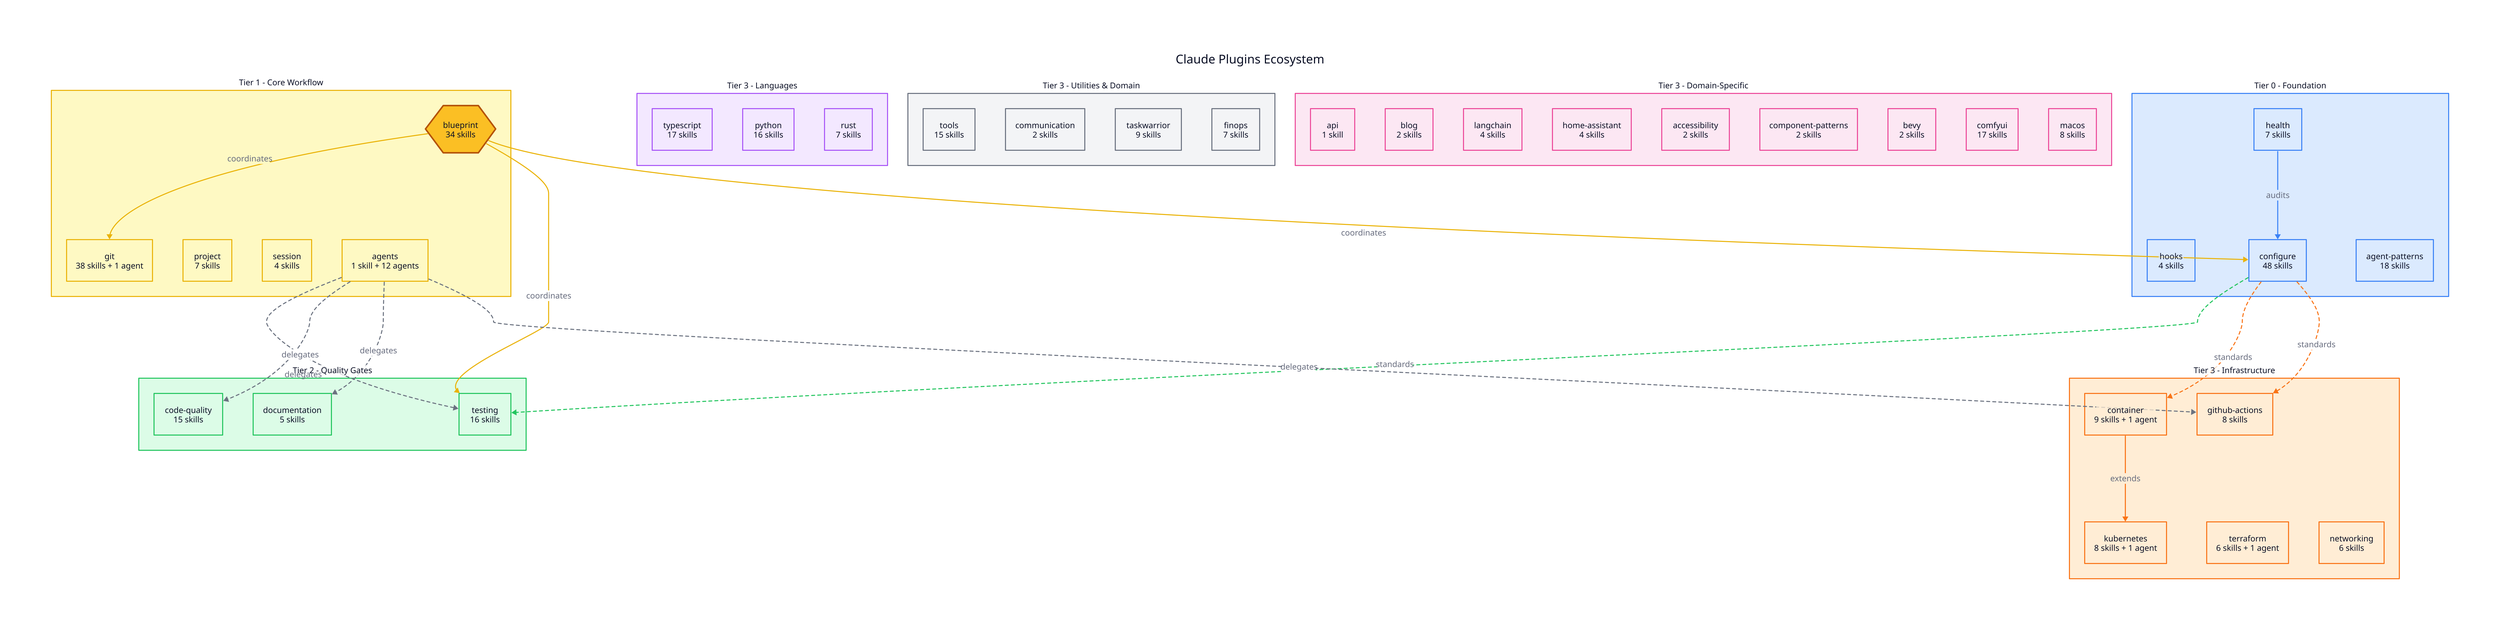
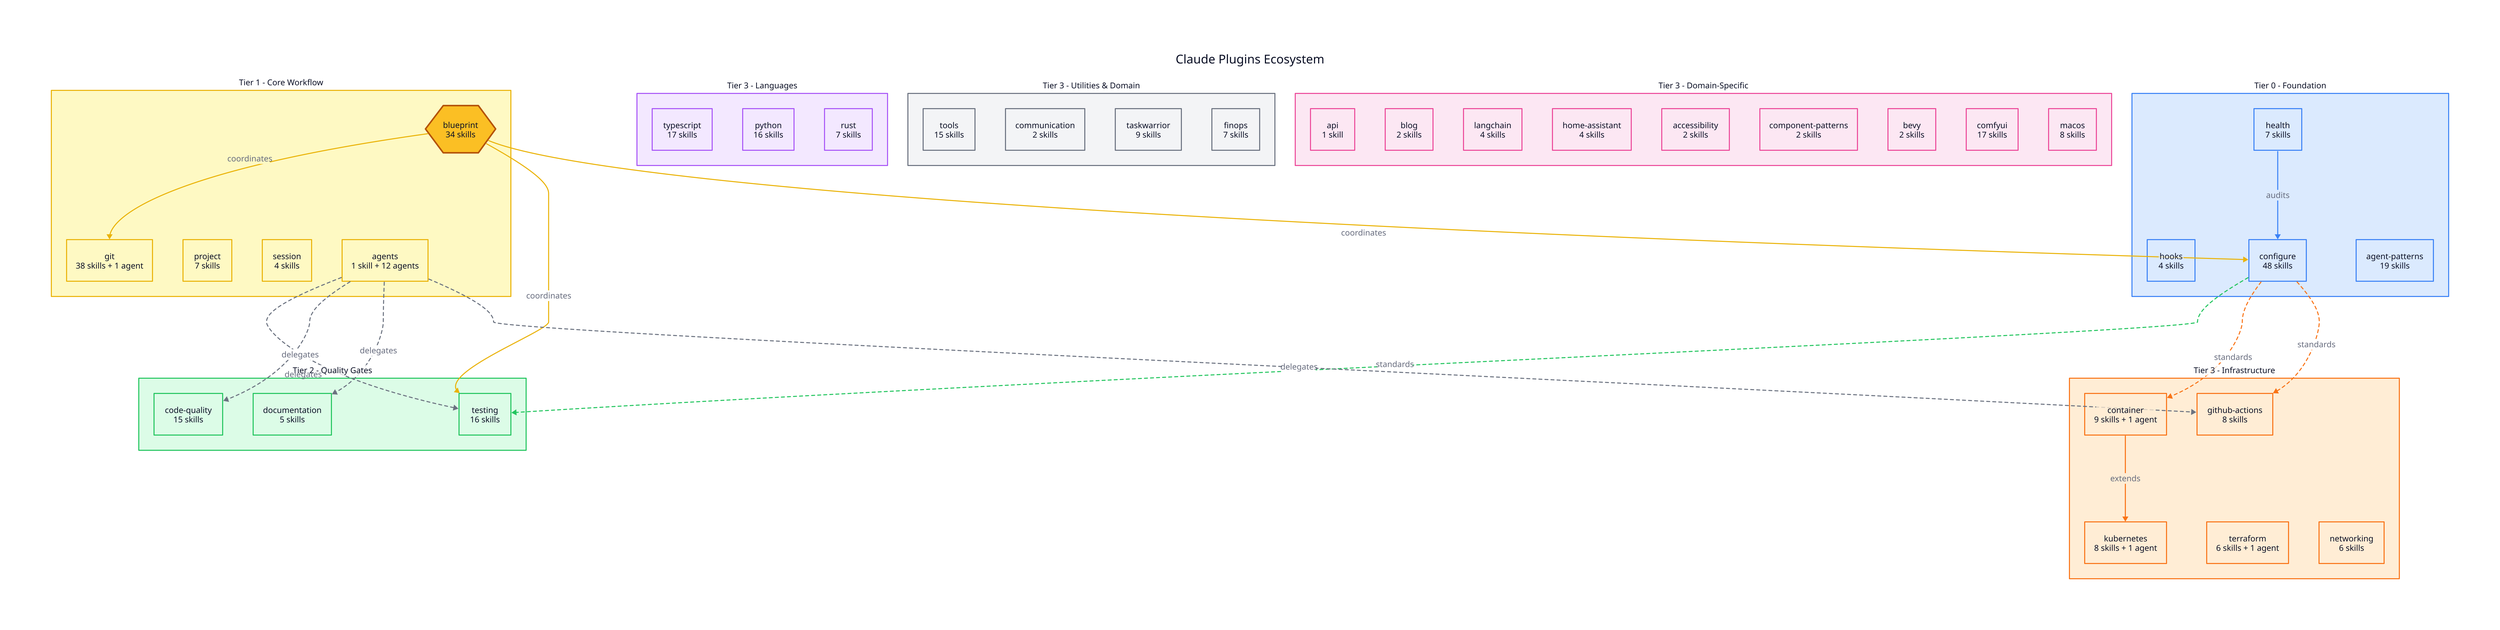
direction: down

title: "Claude Plugins Ecosystem" {
  near: top-center
  shape: text
  style: {
    font-size: 24
    bold: true
  }
}

# === CLASSES ===
classes: {
  foundation: {
    style.fill: "#dbeafe"
    style.stroke: "#3b82f6"
  }
  core: {
    style.fill: "#fef9c3"
    style.stroke: "#eab308"
  }
  quality: {
    style.fill: "#dcfce7"
    style.stroke: "#22c55e"
  }
  language: {
    style.fill: "#f3e8ff"
    style.stroke: "#a855f7"
  }
  infra: {
    style.fill: "#ffedd5"
    style.stroke: "#f97316"
  }
  utility: {
    style.fill: "#f3f4f6"
    style.stroke: "#6b7280"
  }
  domain: {
    style.fill: "#fce7f3"
    style.stroke: "#ec4899"
  }
}

# === TIER 0: FOUNDATION ===
foundation: {
  label: "Tier 0 - Foundation"
  class: foundation
  style.font-size: 16
  style.bold: true

  health: {
    label: "health\n7 skills"
    shape: rectangle
    class: foundation
  }
  hooks: {
    label: "hooks\n4 skills"
    shape: rectangle
    class: foundation
  }
  configure: {
    label: "configure\n48 skills"
    shape: rectangle
    class: foundation
  }
  agent-patterns: {
-     label: "agent-patterns\n18 skills"
+     label: "agent-patterns\n19 skills"
    shape: rectangle
    class: foundation
  }
}

# === TIER 1: CORE WORKFLOW ===
core: {
  label: "Tier 1 - Core Workflow"
  class: core
  style.font-size: 16
  style.bold: true

  blueprint: {
    label: "blueprint\n34 skills"
    shape: hexagon
    style.fill: "#fbbf24"
    style.stroke: "#b45309"
    style.stroke-width: 3
  }
  git: {
    label: "git\n38 skills + 1 agent"
    shape: rectangle
    class: core
  }
  project: {
    label: "project\n7 skills"
    shape: rectangle
    class: core
  }
  session: {
    label: "session\n4 skills"
    shape: rectangle
    class: core
  }
  agents: {
    label: "agents\n1 skill + 12 agents"
    shape: rectangle
    class: core
  }
}

# === TIER 2: QUALITY GATES ===
quality: {
  label: "Tier 2 - Quality Gates"
  class: quality
  style.font-size: 16
  style.bold: true

  testing: {
    label: "testing\n16 skills"
    shape: rectangle
    class: quality
  }
  code-quality: {
    label: "code-quality\n15 skills"
    shape: rectangle
    class: quality
  }
  documentation: {
    label: "documentation\n5 skills"
    shape: rectangle
    class: quality
  }
}

# === TIER 3: LANGUAGE ===
language: {
  label: "Tier 3 - Languages"
  class: language
  style.font-size: 16
  style.bold: true

  typescript: {
    label: "typescript\n17 skills"
    shape: rectangle
    class: language
  }
  python: {
    label: "python\n16 skills"
    shape: rectangle
    class: language
  }
  rust: {
    label: "rust\n7 skills"
    shape: rectangle
    class: language
  }
}

# === TIER 3: INFRASTRUCTURE ===
infra: {
  label: "Tier 3 - Infrastructure"
  class: infra
  style.font-size: 16
  style.bold: true

  container: {
    label: "container\n9 skills + 1 agent"
    shape: rectangle
    class: infra
  }
  kubernetes: {
    label: "kubernetes\n8 skills + 1 agent"
    shape: rectangle
    class: infra
  }
  terraform: {
    label: "terraform\n6 skills + 1 agent"
    shape: rectangle
    class: infra
  }
  github-actions: {
    label: "github-actions\n8 skills"
    shape: rectangle
    class: infra
  }
  networking: {
    label: "networking\n6 skills"
    shape: rectangle
    class: infra
  }
}

# === TIER 3: UTILITIES & DOMAIN ===
utilities: {
  label: "Tier 3 - Utilities & Domain"
  class: utility
  style.font-size: 16
  style.bold: true

  tools: {
    label: "tools\n15 skills"
    shape: rectangle
    class: utility
  }
  communication: {
    label: "communication\n2 skills"
    shape: rectangle
    class: utility
  }
  taskwarrior: {
    label: "taskwarrior\n9 skills"
    shape: rectangle
    class: utility
  }
  finops: {
    label: "finops\n7 skills"
    shape: rectangle
    class: utility
  }
}

domain: {
  label: "Tier 3 - Domain-Specific"
  class: domain
  style.font-size: 16
  style.bold: true

  api: {
    label: "api\n1 skill"
    shape: rectangle
    class: domain
  }
  blog: {
    label: "blog\n2 skills"
    shape: rectangle
    class: domain
  }
  langchain: {
    label: "langchain\n4 skills"
    shape: rectangle
    class: domain
  }
  home-assistant: {
    label: "home-assistant\n4 skills"
    shape: rectangle
    class: domain
  }
  accessibility: {
    label: "accessibility\n2 skills"
    shape: rectangle
    class: domain
  }
  component-patterns: {
    label: "component-patterns\n2 skills"
    shape: rectangle
    class: domain
  }
  bevy: {
    label: "bevy\n2 skills"
    shape: rectangle
    class: domain
  }
  comfyui: {
    label: "comfyui\n17 skills"
    shape: rectangle
    class: domain
  }
  macos: {
    label: "macos\n8 skills"
    shape: rectangle
    class: domain
  }
}

# === RELATIONSHIPS ===

# Foundation flows
foundation.health -> foundation.configure: "audits" {
  style.stroke: "#3b82f6"
}

# Configure provides standards for
foundation.configure -> quality.testing: "standards" {
  style.stroke: "#22c55e"
  style.stroke-dash: 3
}
foundation.configure -> infra.container: "standards" {
  style.stroke: "#f97316"
  style.stroke-dash: 3
}
foundation.configure -> infra.github-actions: "standards" {
  style.stroke: "#f97316"
  style.stroke-dash: 3
}

# Blueprint coordinates
core.blueprint -> core.git: "coordinates" {
  style.stroke: "#eab308"
}
core.blueprint -> quality.testing: "coordinates" {
  style.stroke: "#eab308"
}
core.blueprint -> foundation.configure: "coordinates" {
  style.stroke: "#eab308"
}

# Agents delegate to
core.agents -> quality.testing: "delegates" {
  style.stroke: "#6b7280"
  style.stroke-dash: 3
}
core.agents -> quality.code-quality: "delegates" {
  style.stroke: "#6b7280"
  style.stroke-dash: 3
}
core.agents -> quality.documentation: "delegates" {
  style.stroke: "#6b7280"
  style.stroke-dash: 3
}
core.agents -> infra.github-actions: "delegates" {
  style.stroke: "#6b7280"
  style.stroke-dash: 3
}

# Infrastructure extends
infra.container -> infra.kubernetes: "extends" {
  style.stroke: "#f97316"
}
